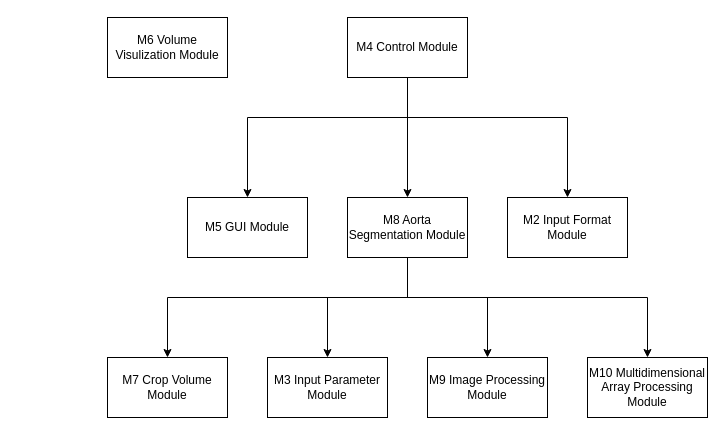
Above: docs/Design/MG/Use Hierarchy.drawio in smiths/aorta (draw.io), before the change. Source tidied: cells renumbered, new cells numbered last; positions are measured from the earlier drawing's top-left corner, leaving out a move shared by most shapes. Both pictures are drawn from the tidied source at 100%, with x=0, y=0 at pixel (107, 17).
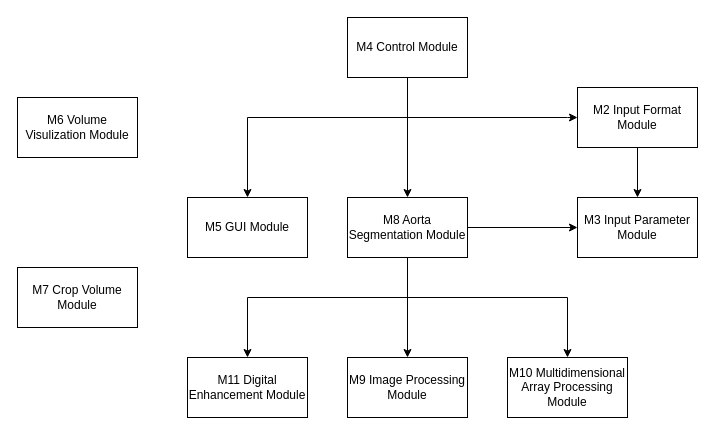
Above is the later version.

Commit message:
Make a new use hierarchy

Unchanged cells that the change refers to:
```xml
<mxCell id="14" value="M8 Aorta Segmentation Module" style="rounded=0;whiteSpace=wrap;html=1;" parent="1" vertex="1">
  <mxGeometry x="240" y="180" width="120" height="60" as="geometry" />
</mxCell>
```

The edit, as a diff of the source:
```diff
@@
+    <mxCell id="18" style="edgeStyle=orthogonalEdgeStyle;rounded=0;jettySize=auto;html=1;" parent="1" edge="1" source="3" target="20">
+      <mxGeometry relative="1" as="geometry" />
+    </mxCell>
     <mxCell id="3" value="M2 Input Format Module" style="rounded=0;whiteSpace=wrap;html=1;" parent="1" vertex="1">
-      <mxGeometry x="400" y="180" width="120" height="60" as="geometry" />
+      <mxGeometry x="470" y="70" width="120" height="60" as="geometry" />
     </mxCell>
@@
     <mxCell id="8" value="M6 Volume Visulization Module" style="rounded=0;whiteSpace=wrap;html=1;" parent="1" vertex="1">
-      <mxGeometry width="120" height="60" as="geometry" />
+      <mxGeometry x="-90" y="80" width="120" height="60" as="geometry" />
     </mxCell>
     <mxCell id="9" value="M7 Crop Volume Module" style="rounded=0;whiteSpace=wrap;html=1;" parent="1" vertex="1">
-      <mxGeometry y="340" width="120" height="60" as="geometry" />
+      <mxGeometry x="-90" y="250" width="120" height="60" as="geometry" />
     </mxCell>
     <mxCell id="10" style="edgeStyle=orthogonalEdgeStyle;rounded=0;jettySize=auto;html=1;exitX=0.5;exitY=1;exitDx=0;exitDy=0;" parent="1" edge="1" source="14" target="15">
       <mxGeometry relative="1" as="geometry">
         <Array as="points">
           <mxPoint x="300" y="280" />
-          <mxPoint x="220" y="280" />
+          <mxPoint x="140" y="280" />
         </Array>
       </mxGeometry>
     </mxCell>
-    <mxCell id="11" style="edgeStyle=orthogonalEdgeStyle;rounded=0;jettySize=auto;html=1;exitX=0.5;exitY=1;exitDx=0;exitDy=0;" parent="1" edge="1" source="14" target="16">
+    <mxCell id="11" style="edgeStyle=orthogonalEdgeStyle;rounded=0;jettySize=auto;html=1;" parent="1" edge="1" target="16">
       <mxGeometry relative="1" as="geometry">
+        <mxPoint x="250" y="280" as="sourcePoint" />
         <Array as="points">
+          <mxPoint x="220" y="280" />
           <mxPoint x="300" y="280" />
-          <mxPoint x="380" y="280" />
         </Array>
       </mxGeometry>
     </mxCell>
     <mxCell id="12" style="edgeStyle=orthogonalEdgeStyle;rounded=0;jettySize=auto;html=1;exitX=0.5;exitY=1;exitDx=0;exitDy=0;" parent="1" edge="1" source="14" target="17">
       <mxGeometry relative="1" as="geometry">
         <Array as="points">
           <mxPoint x="300" y="280" />
-          <mxPoint x="540" y="280" />
+          <mxPoint x="460" y="280" />
         </Array>
       </mxGeometry>
     </mxCell>
-    <mxCell id="13" style="edgeStyle=orthogonalEdgeStyle;rounded=0;jettySize=auto;html=1;" parent="1" edge="1" source="14" target="9">
-      <mxGeometry relative="1" as="geometry">
-        <Array as="points">
-          <mxPoint x="300" y="280" />
-          <mxPoint x="60" y="280" />
-        </Array>
-      </mxGeometry>
-    </mxCell>
+    <mxCell id="19" style="edgeStyle=orthogonalEdgeStyle;rounded=0;jettySize=auto;html=1;" parent="1" edge="1" source="14" target="20">
+      <mxGeometry relative="1" as="geometry" />
+    </mxCell>
@@
-    <mxCell id="15" value="M3 Input Parameter Module" style="rounded=0;whiteSpace=wrap;html=1;" parent="1" vertex="1">
-      <mxGeometry x="160" y="340" width="120" height="60" as="geometry" />
+    <mxCell id="15" value="M11 Digital Enhancement Module" style="rounded=0;whiteSpace=wrap;html=1;" parent="1" vertex="1">
+      <mxGeometry x="80" y="340" width="120" height="60" as="geometry" />
     </mxCell>
     <mxCell id="16" value="M9 Image Processing Module" style="rounded=0;whiteSpace=wrap;html=1;" parent="1" vertex="1">
-      <mxGeometry x="320" y="340" width="120" height="60" as="geometry" />
+      <mxGeometry x="240" y="340" width="120" height="60" as="geometry" />
     </mxCell>
     <mxCell id="17" value="M10 Multidimensional Array Processing Module" style="rounded=0;whiteSpace=wrap;html=1;" parent="1" vertex="1">
-      <mxGeometry x="480" y="340" width="120" height="60" as="geometry" />
+      <mxGeometry x="400" y="340" width="120" height="60" as="geometry" />
     </mxCell>
+    <mxCell id="20" value="M3 Input Parameter Module" style="rounded=0;whiteSpace=wrap;html=1;" parent="1" vertex="1">
+      <mxGeometry x="470" y="180" width="120" height="60" as="geometry" />
+    </mxCell>
```
